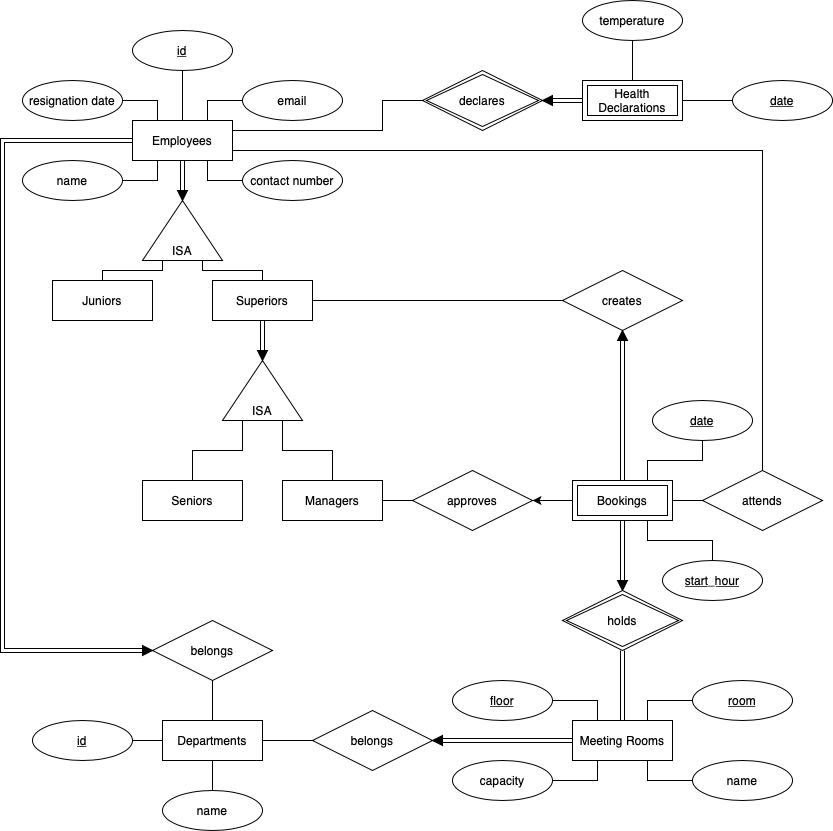
The draw.io diagram ER Diagram.png in dextertanyj/CS2102-Database-Systems, before a commit. Source tidied: cells renumbered, new cells last; positions are measured from the earlier drawing's top-left corner, leaving out a move shared by most shapes.
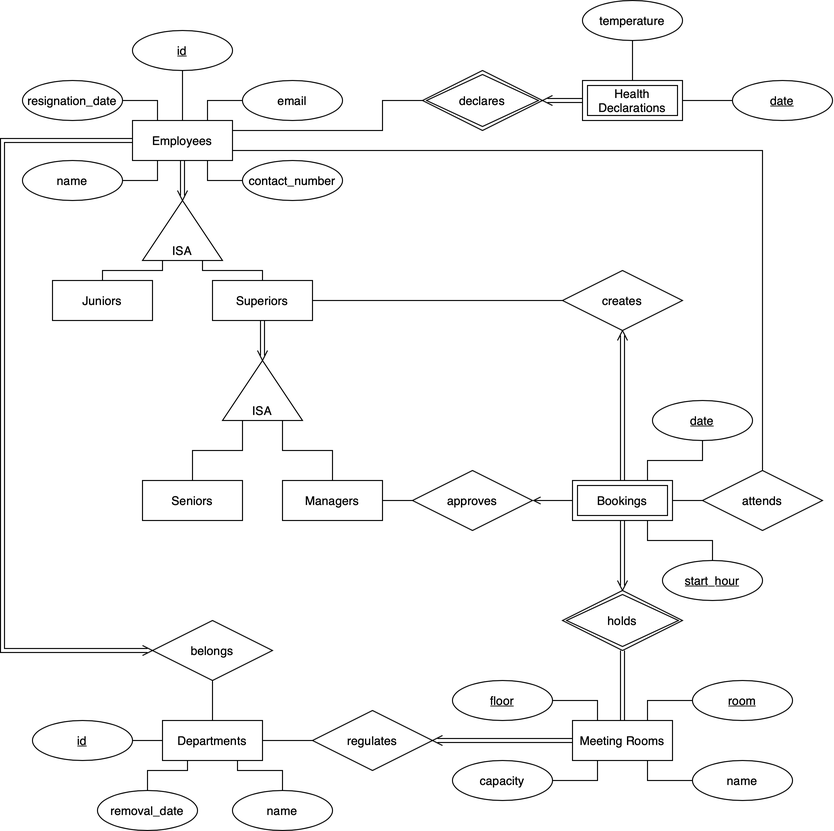
After the change.

What changed in the source:
```diff
@@ -19,8 +19,10 @@
     <mxCell id="5" value="Juniors" style="whiteSpace=wrap;html=1;align=center;" parent="1" vertex="1">
       <mxGeometry x="50" y="280" width="100" height="40" as="geometry" />
     </mxCell>
-    <mxCell id="6" style="edgeStyle=orthogonalEdgeStyle;rounded=0;jettySize=auto;html=1;entryX=0;entryY=0.5;entryDx=0;entryDy=0;endArrow=none;endFill=0;shape=link;" parent="1" edge="1" source="7" target="75">
-      <mxGeometry relative="1" as="geometry" />
+    <mxCell id="6" style="edgeStyle=orthogonalEdgeStyle;rounded=0;jettySize=auto;html=1;entryX=0;entryY=0.5;entryDx=0;entryDy=0;endArrow=none;endFill=0;shape=link;" parent="1" edge="1" source="7">
+      <mxGeometry relative="1" as="geometry">
+        <mxPoint x="435" y="740" as="targetPoint" />
+      </mxGeometry>
     </mxCell>
     <mxCell id="7" value="Meeting Rooms" style="whiteSpace=wrap;html=1;align=center;" parent="1" vertex="1">
       <mxGeometry x="570" y="720" width="100" height="40" as="geometry" />
@@ -34,14 +36,22 @@
     <mxCell id="10" value="Departments" style="whiteSpace=wrap;html=1;align=center;" parent="1" vertex="1">
       <mxGeometry x="160" y="720" width="100" height="40" as="geometry" />
     </mxCell>
-    <mxCell id="11" style="edgeStyle=orthogonalEdgeStyle;rounded=0;jettySize=auto;html=1;entryX=0;entryY=0.5;entryDx=0;entryDy=0;endArrow=none;endFill=0;shape=link;" parent="1" edge="1" source="14" target="73">
-      <mxGeometry relative="1" as="geometry" />
+    <mxCell id="11" style="edgeStyle=orthogonalEdgeStyle;rounded=0;jettySize=auto;html=1;entryX=0;entryY=0.5;entryDx=0;entryDy=0;endArrow=none;endFill=0;shape=link;" parent="1" edge="1" source="14">
+      <mxGeometry relative="1" as="geometry">
+        <mxPoint x="180" y="195" as="targetPoint" />
+      </mxGeometry>
     </mxCell>
     <mxCell id="12" style="edgeStyle=orthogonalEdgeStyle;rounded=0;jettySize=auto;html=1;endArrow=none;endFill=0;" parent="1" edge="1" source="14" target="32">
-      <mxGeometry relative="1" as="geometry" />
+      <mxGeometry relative="1" as="geometry">
+        <Array as="points">
+          <mxPoint x="180" y="110" />
+          <mxPoint x="180" y="110" />
+        </Array>
+      </mxGeometry>
     </mxCell>
-    <mxCell id="13" style="edgeStyle=orthogonalEdgeStyle;rounded=0;jettySize=auto;html=1;endArrow=none;endFill=0;shape=link;entryX=0;entryY=0.5;entryDx=0;entryDy=0;" parent="1" edge="1" source="14" target="76">
+    <mxCell id="13" style="edgeStyle=orthogonalEdgeStyle;rounded=0;jettySize=auto;html=1;endArrow=none;endFill=0;shape=link;entryX=0;entryY=0.5;entryDx=0;entryDy=0;" parent="1" edge="1" source="14">
       <mxGeometry relative="1" as="geometry">
+        <mxPoint x="145" y="650" as="targetPoint" />
         <Array as="points">
           <mxPoint y="140" />
           <mxPoint y="650" />
@@ -68,8 +78,10 @@
     <mxCell id="18" style="edgeStyle=orthogonalEdgeStyle;rounded=0;jettySize=auto;html=1;entryX=0;entryY=0.5;entryDx=0;entryDy=0;endArrow=none;endFill=0;" parent="1" edge="1" source="20" target="62">
       <mxGeometry relative="1" as="geometry" />
     </mxCell>
-    <mxCell id="19" style="edgeStyle=orthogonalEdgeStyle;shape=link;rounded=0;jettySize=auto;html=1;entryX=0;entryY=0.5;entryDx=0;entryDy=0;endArrow=none;endFill=0;" parent="1" edge="1" source="20" target="72">
-      <mxGeometry relative="1" as="geometry" />
+    <mxCell id="19" style="edgeStyle=orthogonalEdgeStyle;shape=link;rounded=0;jettySize=auto;html=1;endArrow=none;endFill=0;" parent="1" edge="1" source="20">
+      <mxGeometry relative="1" as="geometry">
+        <mxPoint x="260" y="355" as="targetPoint" />
+      </mxGeometry>
     </mxCell>
     <mxCell id="20" value="Superiors" style="whiteSpace=wrap;html=1;align=center;" parent="1" vertex="1">
       <mxGeometry x="210" y="280" width="100" height="40" as="geometry" />
@@ -83,11 +95,11 @@
     <mxCell id="23" value="id" style="ellipse;whiteSpace=wrap;html=1;align=center;fontStyle=4;" parent="1" vertex="1">
       <mxGeometry x="30" y="720" width="100" height="40" as="geometry" />
     </mxCell>
-    <mxCell id="24" style="edgeStyle=orthogonalEdgeStyle;rounded=0;jettySize=auto;html=1;endArrow=none;endFill=0;" parent="1" edge="1" source="25" target="10">
+    <mxCell id="24" style="edgeStyle=orthogonalEdgeStyle;rounded=0;jettySize=auto;html=1;entryX=0.75;entryY=1;entryDx=0;entryDy=0;endArrow=none;endFill=0;" parent="1" edge="1" source="25" target="10">
       <mxGeometry relative="1" as="geometry" />
     </mxCell>
     <mxCell id="25" value="name" style="ellipse;whiteSpace=wrap;html=1;align=center;" parent="1" vertex="1">
-      <mxGeometry x="160" y="790" width="100" height="40" as="geometry" />
+      <mxGeometry x="230" y="790" width="100" height="40" as="geometry" />
     </mxCell>
     <mxCell id="26" style="edgeStyle=orthogonalEdgeStyle;rounded=0;jettySize=auto;html=1;entryX=0.25;entryY=1;entryDx=0;entryDy=0;endArrow=none;endFill=0;" parent="1" edge="1" source="27" target="14">
       <mxGeometry relative="1" as="geometry" />
@@ -98,7 +110,7 @@
     <mxCell id="28" style="edgeStyle=orthogonalEdgeStyle;rounded=0;jettySize=auto;html=1;exitX=0;exitY=0.5;exitDx=0;exitDy=0;entryX=0.75;entryY=1;entryDx=0;entryDy=0;endArrow=none;endFill=0;" parent="1" edge="1" source="29" target="14">
       <mxGeometry relative="1" as="geometry" />
     </mxCell>
-    <mxCell id="29" value="contact number" style="ellipse;whiteSpace=wrap;html=1;align=center;" parent="1" vertex="1">
+    <mxCell id="29" value="contact_number" style="ellipse;whiteSpace=wrap;html=1;align=center;" parent="1" vertex="1">
       <mxGeometry x="240" y="160" width="100" height="40" as="geometry" />
     </mxCell>
     <mxCell id="30" style="edgeStyle=orthogonalEdgeStyle;rounded=0;jettySize=auto;html=1;entryX=0.75;entryY=0;entryDx=0;entryDy=0;endArrow=none;endFill=0;" parent="1" edge="1" source="31" target="14">
@@ -176,8 +188,10 @@
     <mxCell id="52" value="date" style="ellipse;whiteSpace=wrap;html=1;align=center;fontStyle=4;" parent="1" vertex="1">
       <mxGeometry x="730" y="80" width="100" height="40" as="geometry" />
     </mxCell>
-    <mxCell id="53" style="edgeStyle=orthogonalEdgeStyle;rounded=0;jettySize=auto;html=1;entryX=0;entryY=0.5;entryDx=0;entryDy=0;endArrow=none;endFill=0;shape=link;" parent="1" edge="1" source="54" target="57">
-      <mxGeometry relative="1" as="geometry" />
+    <mxCell id="53" style="edgeStyle=orthogonalEdgeStyle;rounded=0;jettySize=auto;html=1;entryX=0;entryY=0.5;entryDx=0;entryDy=0;endArrow=none;endFill=0;shape=link;" parent="1" edge="1" source="54">
+      <mxGeometry relative="1" as="geometry">
+        <mxPoint x="545" y="100" as="targetPoint" />
+      </mxGeometry>
     </mxCell>
     <mxCell id="54" value="Health Declarations" style="shape=ext;margin=3;double=1;whiteSpace=wrap;html=1;align=center;fillColor=#ffffff;" parent="1" vertex="1">
       <mxGeometry x="580" y="80" width="100" height="40" as="geometry" />
@@ -193,15 +207,13 @@
     <mxCell id="56" value="declares" style="shape=rhombus;double=1;perimeter=rhombusPerimeter;whiteSpace=wrap;html=1;align=center;fillColor=#ffffff;" parent="1" vertex="1">
       <mxGeometry x="420" y="70" width="120" height="60" as="geometry" />
     </mxCell>
-    <mxCell id="57" style="triangle;whiteSpace=wrap;html=1;align=center;direction=west;fillColor=#000000;" parent="1" vertex="1">
-      <mxGeometry x="540" y="95" width="10" height="10" as="geometry" />
-    </mxCell>
     <mxCell id="58" value="belongs" style="shape=rhombus;perimeter=rhombusPerimeter;whiteSpace=wrap;html=1;align=center;fillColor=#FFFFFF;" parent="1" vertex="1">
       <mxGeometry x="150" y="620" width="120" height="60" as="geometry" />
     </mxCell>
-    <mxCell id="59" style="edgeStyle=orthogonalEdgeStyle;rounded=0;jettySize=auto;html=1;entryX=0;entryY=0.5;entryDx=0;entryDy=0;endArrow=none;endFill=0;shape=link;" parent="1" edge="1" target="65">
+    <mxCell id="59" style="edgeStyle=orthogonalEdgeStyle;rounded=0;orthogonalLoop=1;jettySize=auto;html=1;entryX=0;entryY=0.5;entryDx=0;entryDy=0;endArrow=none;endFill=0;shape=link;" parent="1" edge="1">
       <mxGeometry relative="1" as="geometry">
         <mxPoint x="620" y="520" as="sourcePoint" />
+        <mxPoint x="620" y="585" as="targetPoint" />
       </mxGeometry>
     </mxCell>
     <mxCell id="60" style="edgeStyle=orthogonalEdgeStyle;rounded=0;jettySize=auto;html=1;endArrow=none;endFill=0;" parent="1" edge="1" source="61" target="16">
@@ -213,24 +225,19 @@
     <mxCell id="62" value="creates" style="shape=rhombus;perimeter=rhombusPerimeter;whiteSpace=wrap;html=1;align=center;fillColor=#FFFFFF;" parent="1" vertex="1">
       <mxGeometry x="560" y="270" width="120" height="60" as="geometry" />
     </mxCell>
-    <mxCell id="63" style="edgeStyle=orthogonalEdgeStyle;shape=link;rounded=0;jettySize=auto;html=1;entryX=0.5;entryY=0;entryDx=0;entryDy=0;endArrow=none;endFill=0;" parent="1" edge="1" source="64">
+    <mxCell id="63" style="edgeStyle=orthogonalEdgeStyle;shape=link;rounded=0;orthogonalLoop=1;jettySize=auto;html=1;entryX=0.5;entryY=0;entryDx=0;entryDy=0;endArrow=none;endFill=0;" parent="1" edge="1">
       <mxGeometry relative="1" as="geometry">
+        <mxPoint x="620" y="335" as="sourcePoint" />
         <mxPoint x="620" y="480" as="targetPoint" />
       </mxGeometry>
     </mxCell>
-    <mxCell id="64" style="triangle;whiteSpace=wrap;html=1;align=center;direction=north;fillColor=#000000;" parent="1" vertex="1">
-      <mxGeometry x="615" y="330" width="10" height="10" as="geometry" />
-    </mxCell>
-    <mxCell id="65" style="triangle;whiteSpace=wrap;html=1;align=center;direction=south;fillColor=#000000;" parent="1" vertex="1">
-      <mxGeometry x="615" y="580" width="10" height="10" as="geometry" />
-    </mxCell>
     <mxCell id="66" style="edgeStyle=orthogonalEdgeStyle;shape=link;rounded=0;jettySize=auto;html=1;entryX=0.5;entryY=0;entryDx=0;entryDy=0;endArrow=none;endFill=0;" parent="1" edge="1" source="67" target="7">
       <mxGeometry relative="1" as="geometry" />
     </mxCell>
     <mxCell id="67" value="holds" style="shape=rhombus;double=1;perimeter=rhombusPerimeter;whiteSpace=wrap;html=1;align=center;fillColor=#FFFFFF;" parent="1" vertex="1">
       <mxGeometry x="560" y="590" width="120" height="60" as="geometry" />
     </mxCell>
-    <mxCell id="68" style="edgeStyle=orthogonalEdgeStyle;rounded=0;jettySize=auto;html=1;" parent="1" edge="1" source="69" target="61">
+    <mxCell id="68" style="edgeStyle=orthogonalEdgeStyle;rounded=0;jettySize=auto;html=1;endArrow=open;endFill=0;" parent="1" edge="1" source="69" target="61">
       <mxGeometry relative="1" as="geometry" />
     </mxCell>
     <mxCell id="69" value="Bookings" style="shape=ext;margin=3;double=1;whiteSpace=wrap;html=1;align=center;fillColor=#FFFFFF;" parent="1" vertex="1">
@@ -239,23 +246,125 @@
     <mxCell id="70" style="edgeStyle=orthogonalEdgeStyle;rounded=0;jettySize=auto;html=1;entryX=0.25;entryY=0;entryDx=0;entryDy=0;endArrow=none;endFill=0;" parent="1" edge="1" source="71" target="14">
       <mxGeometry relative="1" as="geometry" />
     </mxCell>
-    <mxCell id="71" value="resignation date" style="ellipse;whiteSpace=wrap;html=1;align=center;fontStyle=0;" parent="1" vertex="1">
+    <mxCell id="71" value="resignation_date" style="ellipse;whiteSpace=wrap;html=1;align=center;fontStyle=0;" parent="1" vertex="1">
       <mxGeometry x="20" y="80" width="100" height="40" as="geometry" />
     </mxCell>
-    <mxCell id="72" style="triangle;whiteSpace=wrap;html=1;align=center;direction=south;fillColor=#000000;" parent="1" vertex="1">
-      <mxGeometry x="255" y="350" width="10" height="10" as="geometry" />
-    </mxCell>
-    <mxCell id="73" style="triangle;whiteSpace=wrap;html=1;align=center;direction=south;fillColor=#000000;" parent="1" vertex="1">
-      <mxGeometry x="175" y="190" width="10" height="10" as="geometry" />
-    </mxCell>
-    <mxCell id="74" value="belongs" style="shape=rhombus;perimeter=rhombusPerimeter;whiteSpace=wrap;html=1;align=center;fillColor=#FFFFFF;" parent="1" vertex="1">
+    <mxCell id="74" value="regulates" style="shape=rhombus;perimeter=rhombusPerimeter;whiteSpace=wrap;html=1;align=center;fillColor=#FFFFFF;" parent="1" vertex="1">
       <mxGeometry x="310" y="710" width="120" height="60" as="geometry" />
     </mxCell>
-    <mxCell id="75" style="triangle;whiteSpace=wrap;html=1;align=center;direction=west;fillColor=#000000;" parent="1" vertex="1">
-      <mxGeometry x="430" y="735" width="10" height="10" as="geometry" />
-    </mxCell>
-    <mxCell id="76" style="triangle;whiteSpace=wrap;html=1;align=center;direction=east;fillColor=#000000;" parent="1" vertex="1">
-      <mxGeometry x="140" y="645" width="10" height="10" as="geometry" />
-    </mxCell>
+    <mxCell id="77" style="group;" parent="1" vertex="1">
+      <mxGeometry x="255" y="350" width="10" height="10" as="geometry" />
+    </mxCell>
+    <mxCell id="78" style="endArrow=none;html=1;" parent="77" edge="1">
+      <mxGeometry relative="1" as="geometry">
+        <mxPoint x="5" y="10" as="sourcePoint" />
+        <mxPoint x="10" as="targetPoint" />
+      </mxGeometry>
+    </mxCell>
+    <mxCell id="79" style="endArrow=none;html=1;" parent="77" edge="1">
+      <mxGeometry relative="1" as="geometry">
+        <mxPoint x="5" y="10" as="sourcePoint" />
+        <mxPoint as="targetPoint" />
+      </mxGeometry>
+    </mxCell>
+    <mxCell id="80" style="group;" parent="1" vertex="1">
+      <mxGeometry x="175" y="190" width="10" height="10" as="geometry" />
+    </mxCell>
+    <mxCell id="81" style="endArrow=none;html=1;" parent="80" edge="1">
+      <mxGeometry relative="1" as="geometry">
+        <mxPoint x="5" y="10" as="sourcePoint" />
+        <mxPoint x="10" as="targetPoint" />
+        <Array as="points">
+          <mxPoint x="5" y="10" />
+        </Array>
+      </mxGeometry>
+    </mxCell>
+    <mxCell id="82" style="endArrow=none;html=1;" parent="80" edge="1">
+      <mxGeometry relative="1" as="geometry">
+        <mxPoint x="5" y="10" as="sourcePoint" />
+        <mxPoint as="targetPoint" />
+      </mxGeometry>
+    </mxCell>
+    <mxCell id="83" style="group;direction=east;rotation=-180;" parent="1" vertex="1">
+      <mxGeometry x="540" y="95" width="10" height="10" as="geometry" />
+    </mxCell>
+    <mxCell id="84" style="endArrow=none;html=1;" parent="83" edge="1">
+      <mxGeometry relative="1" as="geometry">
+        <mxPoint y="5" as="sourcePoint" />
+        <mxPoint x="10" y="10" as="targetPoint" />
+      </mxGeometry>
+    </mxCell>
+    <mxCell id="85" style="endArrow=none;html=1;" parent="83" edge="1">
+      <mxGeometry relative="1" as="geometry">
+        <mxPoint y="5" as="sourcePoint" />
+        <mxPoint x="10" as="targetPoint" />
+      </mxGeometry>
+    </mxCell>
+    <mxCell id="86" style="group;rotation=-180;" parent="1" vertex="1">
+      <mxGeometry x="430" y="735" width="10" height="10" as="geometry" />
+    </mxCell>
+    <mxCell id="87" style="endArrow=none;html=1;" parent="86" edge="1">
+      <mxGeometry relative="1" as="geometry">
+        <mxPoint y="5" as="sourcePoint" />
+        <mxPoint x="10" y="10" as="targetPoint" />
+      </mxGeometry>
+    </mxCell>
+    <mxCell id="88" style="endArrow=none;html=1;" parent="86" edge="1">
+      <mxGeometry relative="1" as="geometry">
+        <mxPoint y="5" as="sourcePoint" />
+        <mxPoint x="10" as="targetPoint" />
+      </mxGeometry>
+    </mxCell>
+    <mxCell id="89" style="group;rotation=-90;" parent="1" vertex="1">
+      <mxGeometry x="140" y="645" width="10" height="10" as="geometry" />
+    </mxCell>
+    <mxCell id="90" style="endArrow=none;html=1;" parent="89" edge="1">
+      <mxGeometry relative="1" as="geometry">
+        <mxPoint x="10" y="5" as="sourcePoint" />
+        <mxPoint as="targetPoint" />
+      </mxGeometry>
+    </mxCell>
+    <mxCell id="91" style="endArrow=none;html=1;" parent="89" edge="1">
+      <mxGeometry relative="1" as="geometry">
+        <mxPoint x="10" y="5" as="sourcePoint" />
+        <mxPoint y="10" as="targetPoint" />
+      </mxGeometry>
+    </mxCell>
+    <mxCell id="92" style="group;rotation=-180;" parent="1" vertex="1">
+      <mxGeometry x="615" y="330" width="10" height="10" as="geometry" />
+    </mxCell>
+    <mxCell id="93" style="endArrow=none;html=1;" parent="92" edge="1">
+      <mxGeometry relative="1" as="geometry">
+        <mxPoint x="5" as="sourcePoint" />
+        <mxPoint y="10" as="targetPoint" />
+      </mxGeometry>
+    </mxCell>
+    <mxCell id="94" style="endArrow=none;html=1;" parent="92" edge="1">
+      <mxGeometry relative="1" as="geometry">
+        <mxPoint x="5" as="sourcePoint" />
+        <mxPoint x="10" y="10" as="targetPoint" />
+      </mxGeometry>
+    </mxCell>
+    <mxCell id="95" style="group;" parent="1" vertex="1">
+      <mxGeometry x="615" y="580" width="10" height="10" as="geometry" />
+    </mxCell>
+    <mxCell id="96" style="endArrow=none;html=1;" parent="95" edge="1">
+      <mxGeometry relative="1" as="geometry">
+        <mxPoint x="5" y="10" as="sourcePoint" />
+        <mxPoint x="10" as="targetPoint" />
+      </mxGeometry>
+    </mxCell>
+    <mxCell id="97" style="endArrow=none;html=1;" parent="95" edge="1">
+      <mxGeometry relative="1" as="geometry">
+        <mxPoint x="5" y="10" as="sourcePoint" />
+        <mxPoint as="targetPoint" />
+      </mxGeometry>
+    </mxCell>
+    <mxCell id="98" style="edgeStyle=orthogonalEdgeStyle;rounded=0;jettySize=auto;html=1;entryX=0.25;entryY=1;entryDx=0;entryDy=0;endArrow=none;endFill=0;" parent="1" edge="1" source="99" target="10">
+      <mxGeometry relative="1" as="geometry" />
+    </mxCell>
+    <mxCell id="99" value="removal_date" style="ellipse;whiteSpace=wrap;html=1;align=center;" parent="1" vertex="1">
+      <mxGeometry x="95" y="790" width="100" height="40" as="geometry" />
+    </mxCell>
   </root>
 </mxGraphModel>
```
